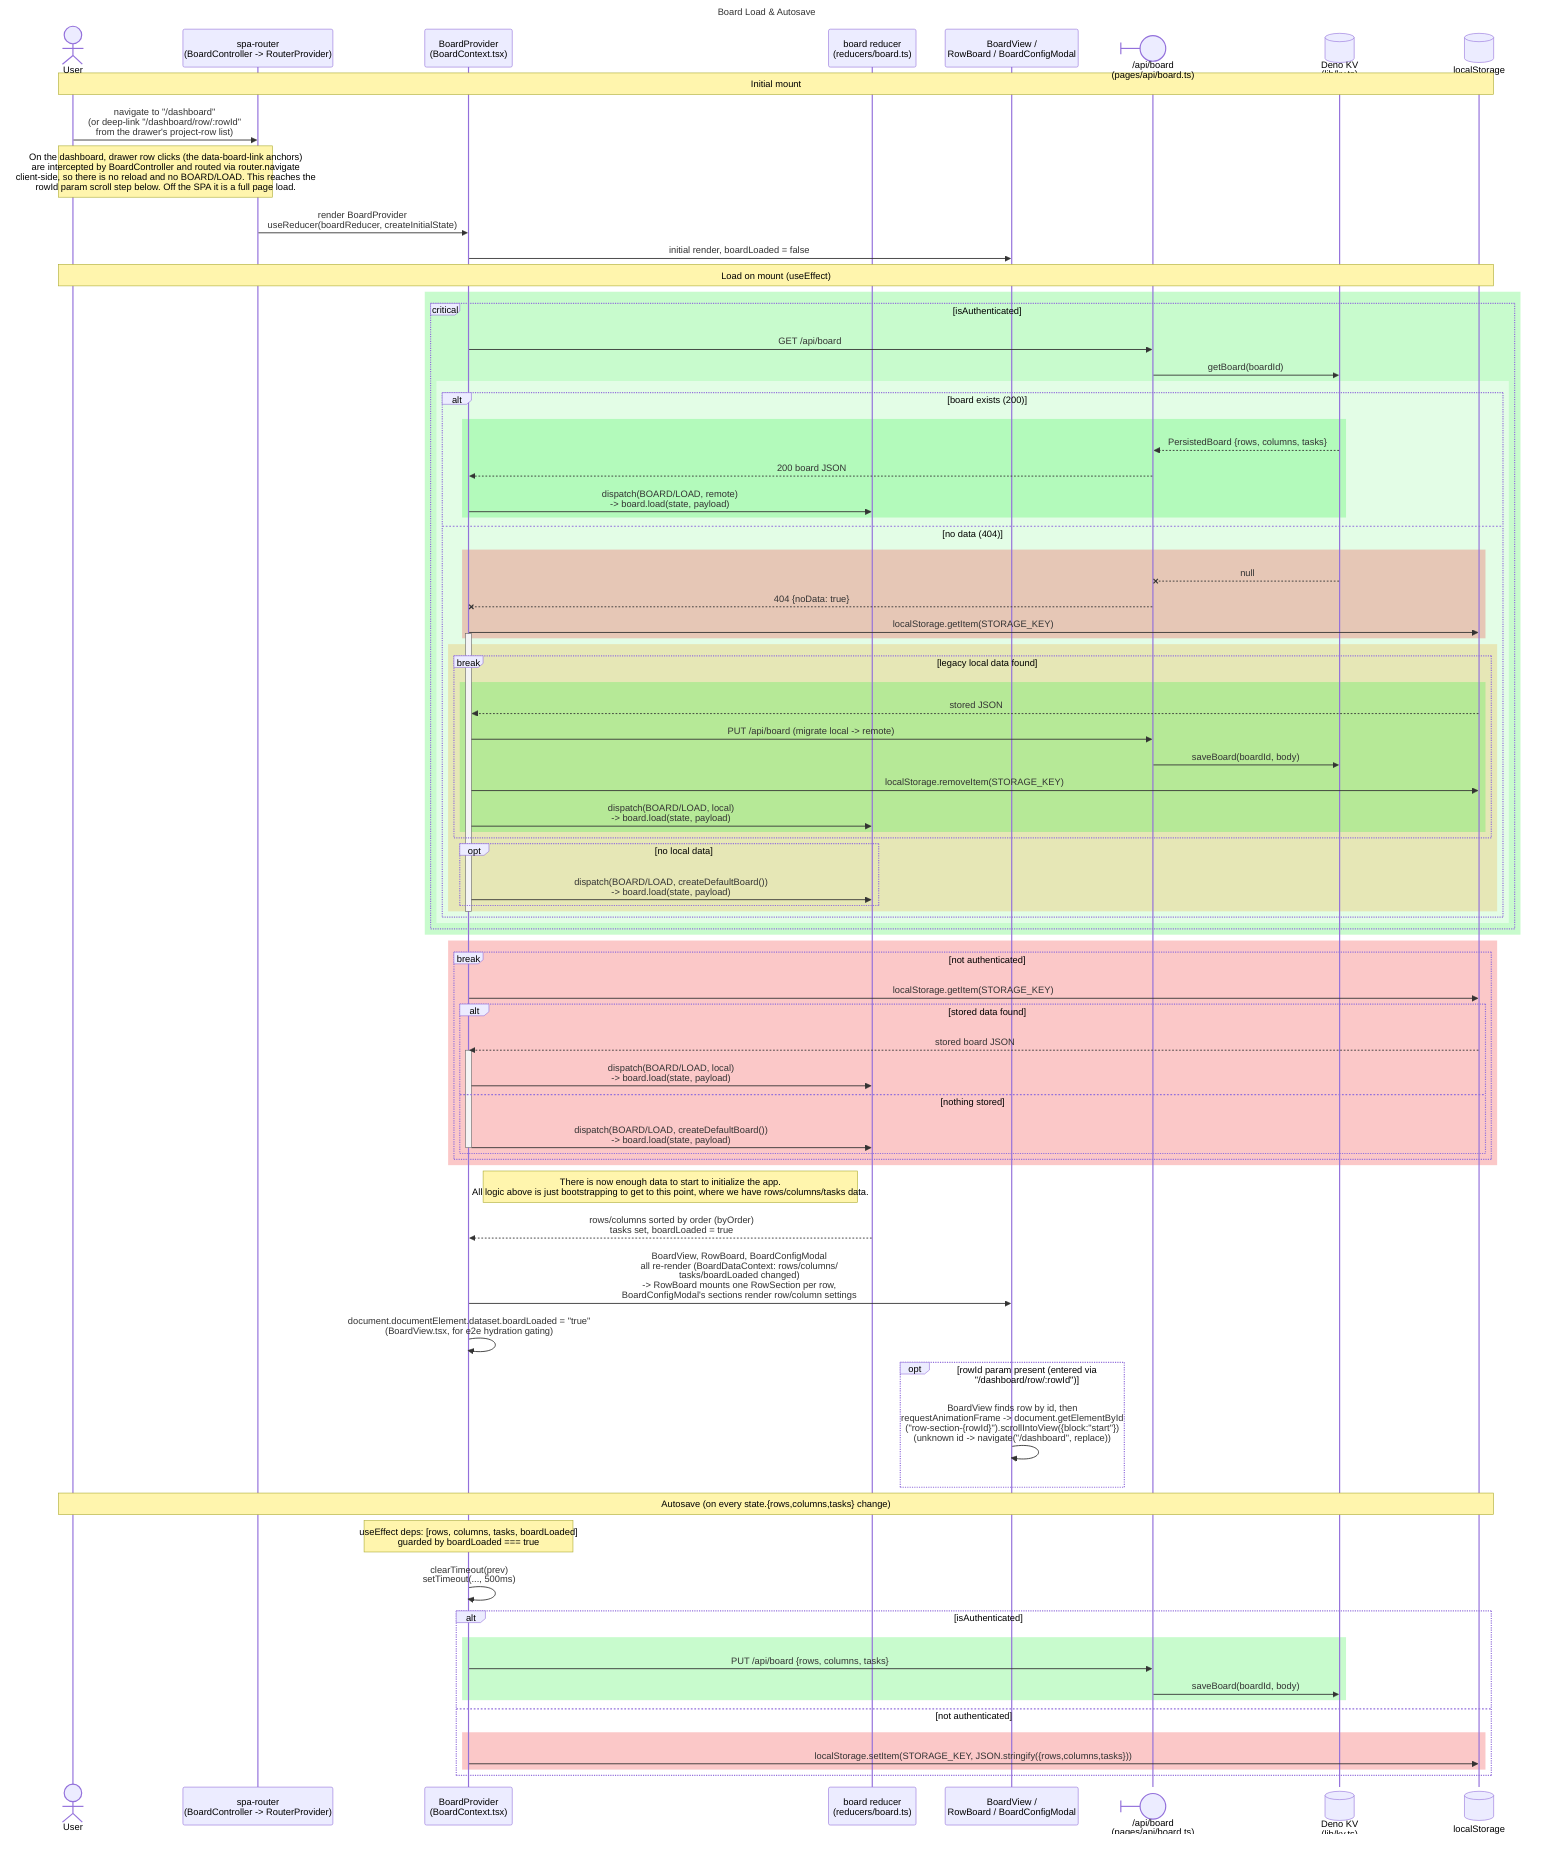
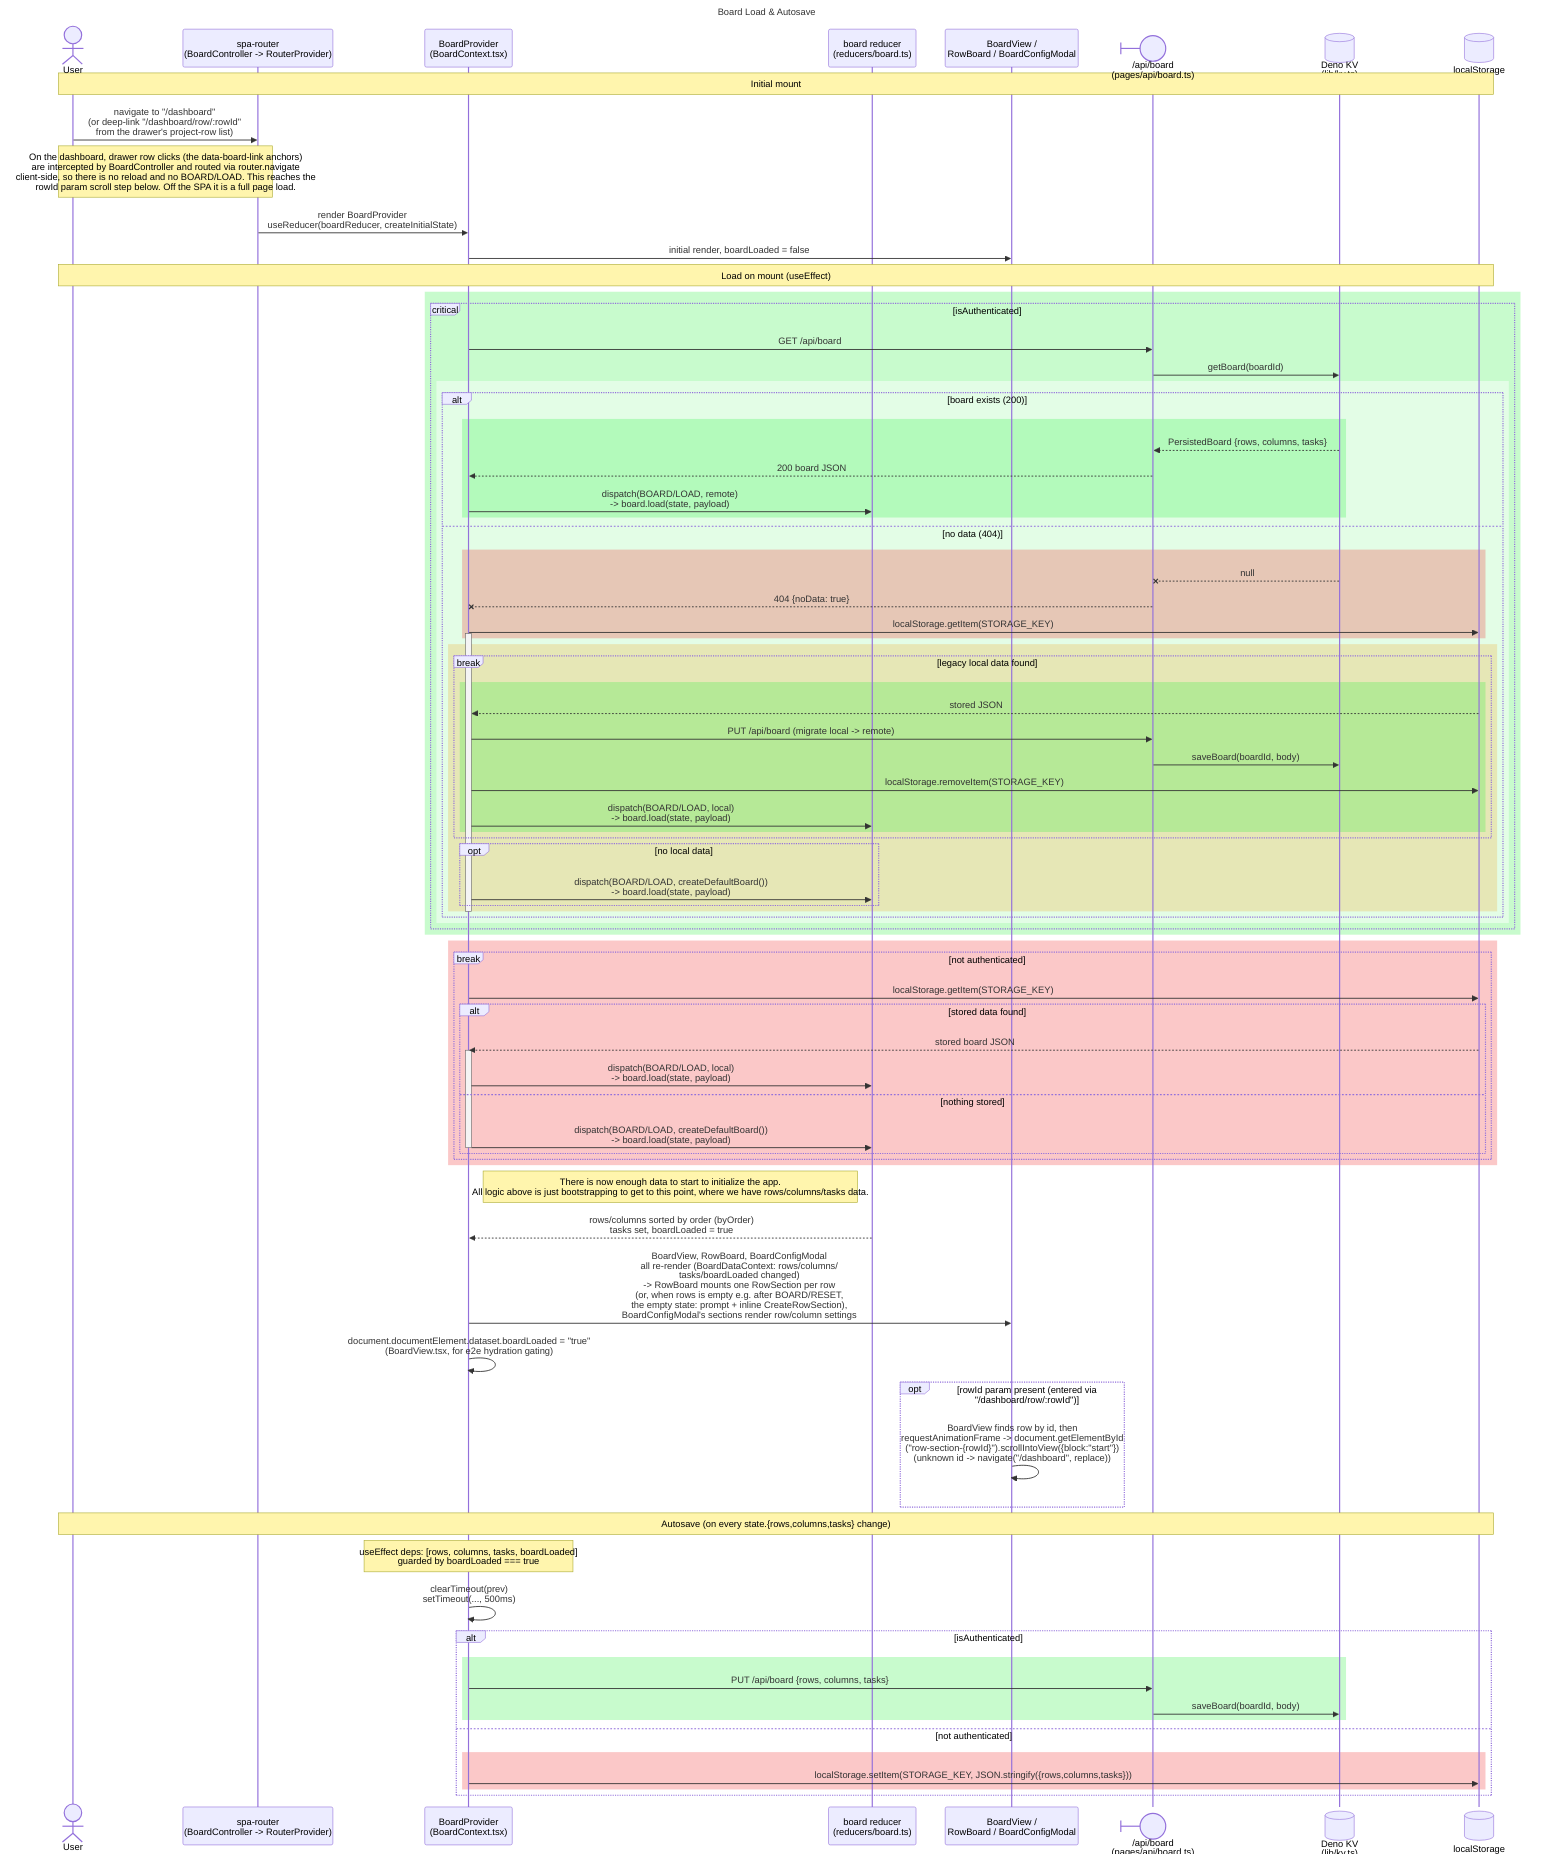
---
title: Board Load & Autosave
---
sequenceDiagram
    actor User
    participant Router as spa-router<br/>(BoardController -> RouterProvider)
    participant Provider as BoardProvider<br/>(BoardContext.tsx)
    participant Reducer as board reducer<br/>(reducers/board.ts)
    participant View as BoardView /<br/>RowBoard / BoardConfigModal
    participant API@{ "type" : "boundary" } as /api/board<br/>(pages/api/board.ts)
    participant KV@{ "type" : "database" } as Deno KV<br/>(lib/kv.ts)
    participant LS@{ "type" : "database" } as localStorage

    Note over User,LS: Initial mount
    User->>Router: navigate to "/dashboard"<br/>(or deep-link "/dashboard/row/:rowId"<br/>from the drawer's project-row list)
    Note over User,Router: On the dashboard, drawer row clicks (the data-board-link anchors)<br/>are intercepted by BoardController and routed via router.navigate<br/>client-side, so there is no reload and no BOARD/LOAD. This reaches the<br/>rowId param scroll step below. Off the SPA it is a full page load.
    Router->>Provider: render BoardProvider<br/>useReducer(boardReducer, createInitialState)
    Provider->>View: initial render, boardLoaded = false

    Note over User,LS: Load on mount (useEffect)
    rect rgba(38, 240, 58, 0.25)
        critical isAuthenticated
            Provider->>API: GET /api/board
            API->>KV: getBoard(boardId)
            rect rgba(255, 255, 255, 0.5)
                alt board exists (200)
                    rect rgba(38, 240, 58, 0.25)
                        KV-->>API: PersistedBoard {rows, columns, tasks}
                        API-->>Provider: 200 board JSON
                        Provider->>Reducer: dispatch(BOARD/LOAD, remote)<br/>-> board.load(state, payload)
                    end
                else no data (404)

                    rect rgba(240, 38, 38, 0.25)
                        KV--xAPI: null
                        API--xProvider: 404 {noData: true}
                        Provider->>LS: localStorage.getItem(STORAGE_KEY)
                        activate Provider
                    end
                    rect rgba(240, 163, 38, 0.25)
                        break legacy local data found
                            rect rgba(38, 240, 58, 0.25)
                                LS-->>Provider: stored JSON
                                Provider->>API: PUT /api/board (migrate local -> remote)
                                API->>KV: saveBoard(boardId, body)
                                Provider->>LS: localStorage.removeItem(STORAGE_KEY)
                                Provider->>Reducer: dispatch(BOARD/LOAD, local)<br/>-> board.load(state, payload)
                            end
                        end
                        opt no local data
                            Provider->>Reducer: dispatch(BOARD/LOAD, createDefaultBoard())<br/>-> board.load(state, payload)
                        end
                    end
                    deactivate Provider
                end
            end
        end
    end
    rect rgba(240, 38, 38, 0.25)
        break not authenticated
            Provider->>LS: localStorage.getItem(STORAGE_KEY)
            alt stored data found
                LS-->>Provider: stored board JSON
                activate Provider
                Provider->>Reducer: dispatch(BOARD/LOAD, local)<br/>-> board.load(state, payload)
            else nothing stored
                Provider->>Reducer: dispatch(BOARD/LOAD, createDefaultBoard())<br/>-> board.load(state, payload)
                deactivate Provider
            end
        end
    end

    Note right of Provider: There is now enough data to start to initialize the app.<br />All logic above is just bootstrapping to get to this point, where we have rows/columns/tasks data.

    Reducer-->>Provider: rows/columns sorted by order (byOrder)<br/>tasks set, boardLoaded = true
-     Provider->>View: BoardView, RowBoard, BoardConfigModal<br/>all re-render (BoardDataContext: rows/columns/<br/>tasks/boardLoaded changed)<br/>-> RowBoard mounts one RowSection per row,<br/>BoardConfigModal's sections render row/column settings
+     Provider->>View: BoardView, RowBoard, BoardConfigModal<br/>all re-render (BoardDataContext: rows/columns/<br/>tasks/boardLoaded changed)<br/>-> RowBoard mounts one RowSection per row<br/>(or, when rows is empty e.g. after BOARD/RESET,<br/>the empty state: prompt + inline CreateRowSection),<br/>BoardConfigModal's sections render row/column settings
    Provider->>Provider: document.documentElement.dataset.boardLoaded = "true"<br/>(BoardView.tsx, for e2e hydration gating)
    opt rowId param present (entered via "/dashboard/row/:rowId")
        View->>View: BoardView finds row by id, then<br/>requestAnimationFrame -> document.getElementById<br/>("row-section-{rowId}").scrollIntoView({block:"start"})<br/>(unknown id -> navigate("/dashboard", replace))
    end

    Note over User,LS: Autosave (on every state.{rows,columns,tasks} change)
    Note over Provider: useEffect deps: [rows, columns, tasks, boardLoaded]<br/>guarded by boardLoaded === true
    Provider->>Provider: clearTimeout(prev)<br/>setTimeout(..., 500ms)
    alt isAuthenticated
        rect rgba(38, 240, 58, 0.25)
            Provider->>API: PUT /api/board {rows, columns, tasks}
            API->>KV: saveBoard(boardId, body)
        end
    else not authenticated
        rect rgba(240, 38, 38, 0.25)
            Provider->>LS: localStorage.setItem(STORAGE_KEY, JSON.stringify({rows,columns,tasks}))
        end
    end
